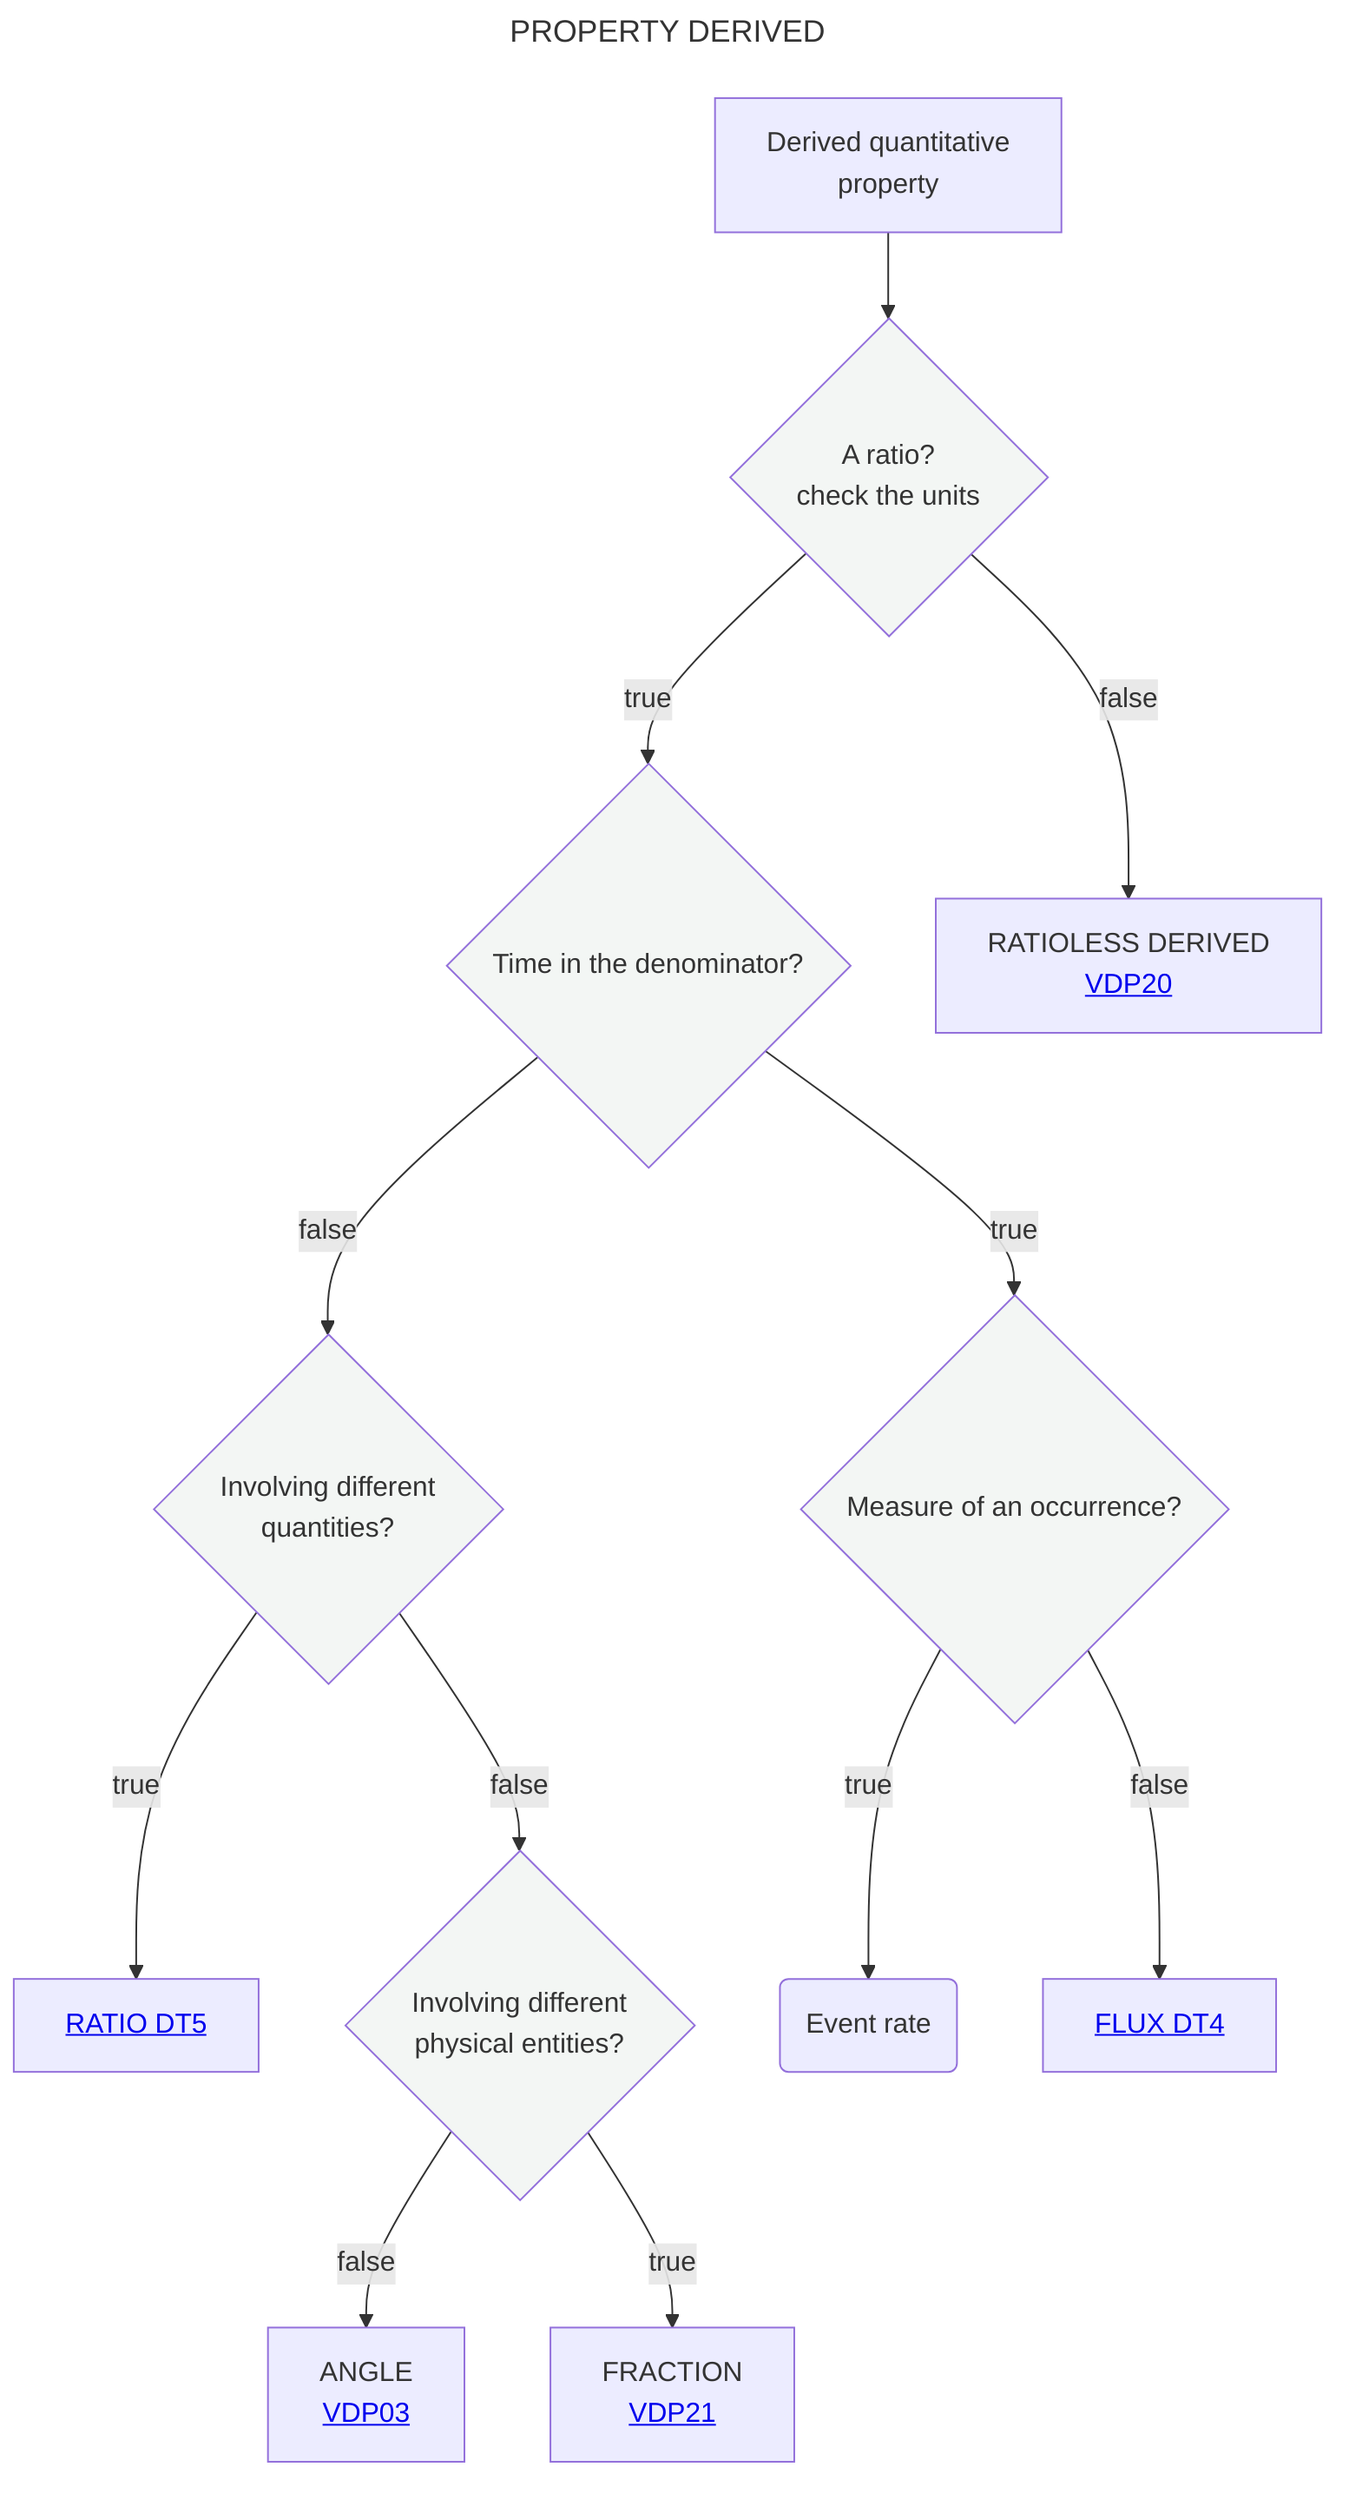
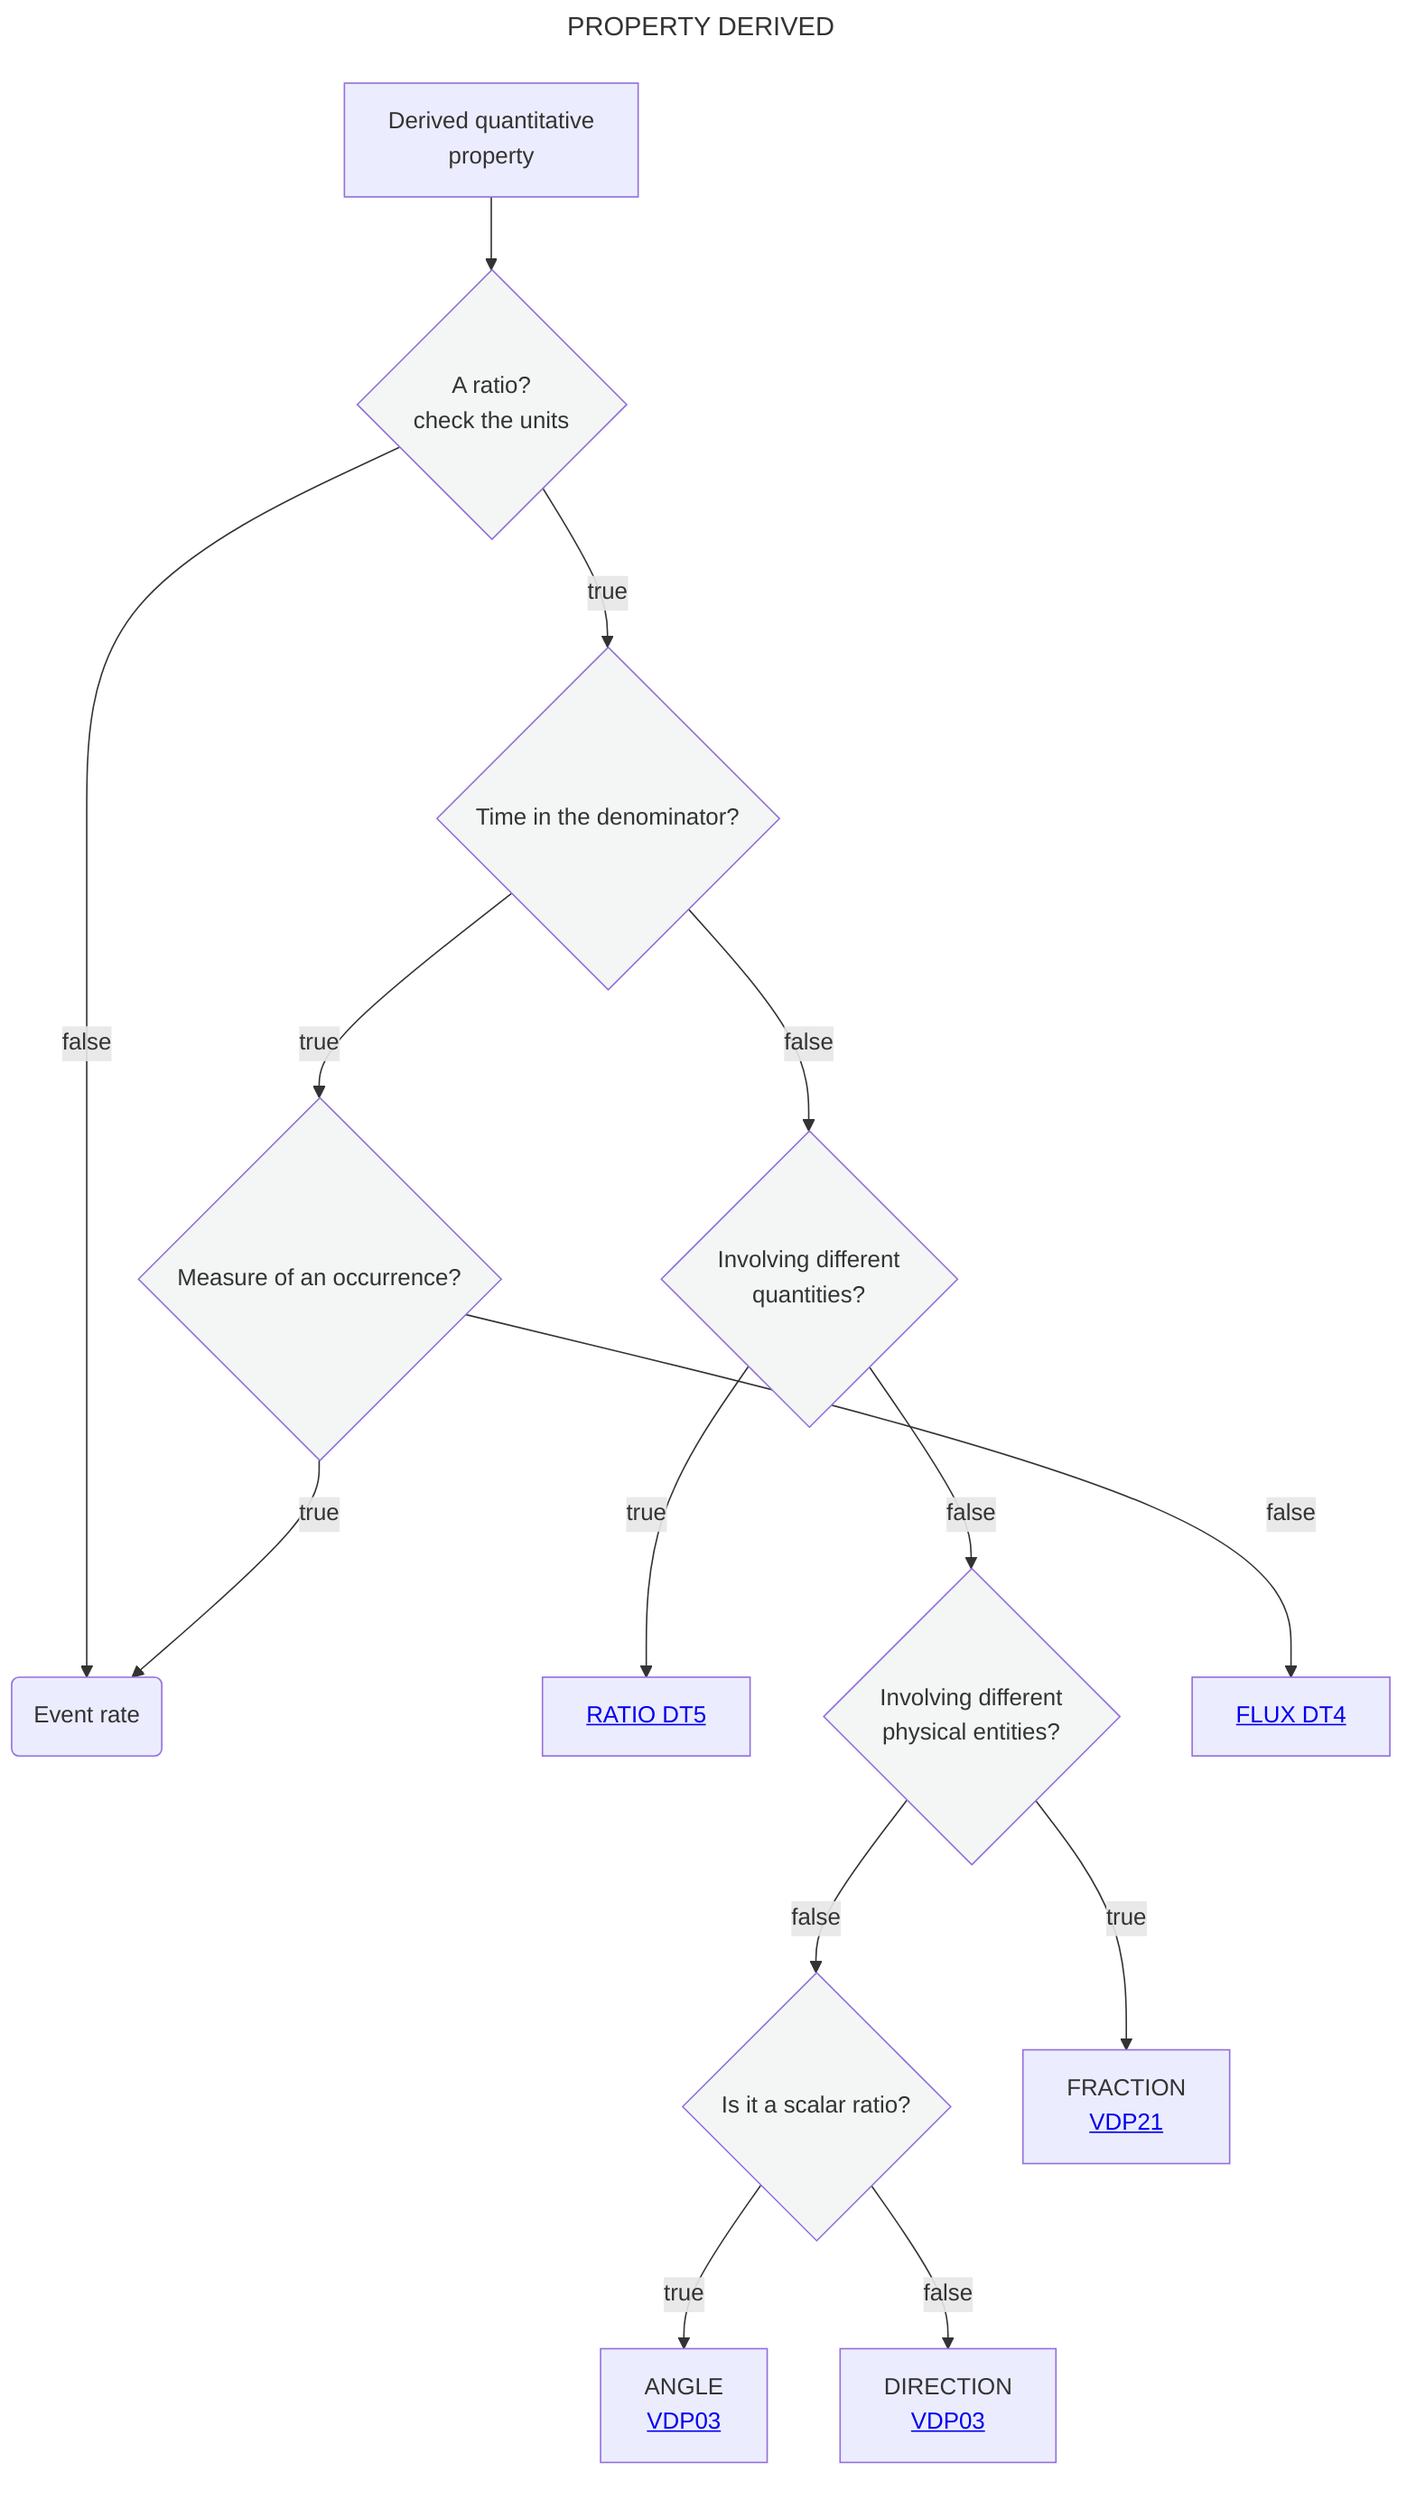
---
title: PROPERTY DERIVED
---
flowchart TD
    A[Derived quantitative <br> property] --> B{A ratio?<br>check the units}:::white
    B --> |true|N{Time in the denominator?}:::white
    B --> |false|I[RATIOLESS DERIVED <br> <a href='https://github.com/mabablue/I-ADOPT-patterns-playground/blob/main/pattern/VDP20.yaml'>VDP20</a>]
    N --> |true|E{Measure of an occurrence?}:::white
    N --> |false|O{Involving different <br> quantities?}:::white
    O --> |true|P[<a href='https://github.com/mabablue/I-ADOPT-patterns-playground/blob/main/Decisition_trees/DT5.mmd'>RATIO DT5</a>]
    O --> |false|Q{Involving different <br> physical entities?}:::white
-     Q --> |false|R[ANGLE <br> <a href='https://github.com/mabablue/I-ADOPT-patterns-playground/blob/main/pattern/VDP03.yaml'>VDP03</a>]
+     Q --> |false|R{Is it a scalar ratio?}:::white
+     R --> |true|L[ANGLE <br> <a href='https://github.com/mabablue/I-ADOPT-patterns-playground/blob/main/pattern/VDP03.yaml'>VDP03</a>]
+     R --> |false|M[DIRECTION <br> <a href='https://github.com/mabablue/I-ADOPT-patterns-playground/blob/main/pattern/VDP03.yaml'>VDP03</a>]
    Q --> |true|S[FRACTION <br> <a href='https://github.com/mabablue/I-ADOPT-patterns-playground/blob/main/pattern/VDP21.yaml'>VDP21</a>]
-     E --> |true|L(Event rate)
+     E --> |true|I(Event rate)
    E --> |false|K[<a href='https://github.com/mabablue/I-ADOPT-patterns-playground/blob/main/Decisition_trees/DT4.mmd'>FLUX DT4</a>]
   classDef blue fill:#90D5FF
   classDef satblue fill:#57B9FF
   classDef white fill:#f3f6f4
   classDef green fill:#6aa84f

